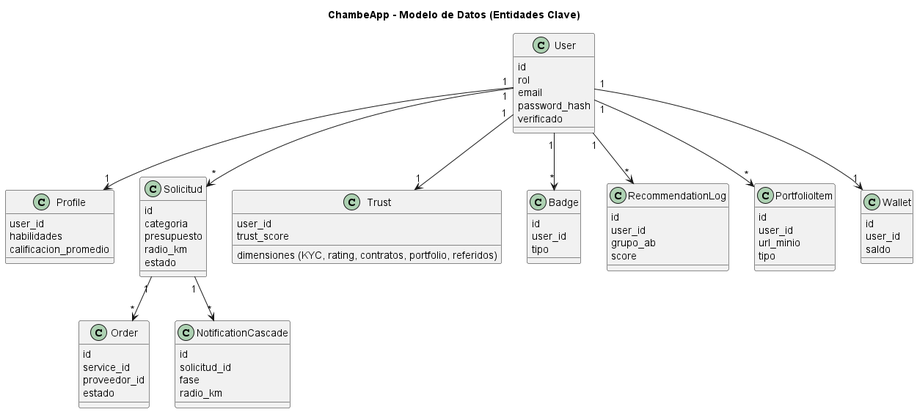
Before: Arquitectura/diagramas/png/04_modelo_datos.png, a diagram exported from PlantUML (jpalacioing98/Chambeapp_Doc). The source it was exported from:
```plantuml
@startuml
title ChambeApp - Modelo de Datos (Entidades Clave)
skinparam classAttributeIconSize 0

class User {
  id
  rol
  email
  password_hash
  verificado
}
class Profile {
  user_id
  habilidades
  calificacion_promedio
}
class Solicitud {
  id
  categoria
  presupuesto
  radio_km
  estado
}
class Order {
  id
  service_id
  proveedor_id
  estado
}
class Trust {
  user_id
  trust_score
  dimensiones (KYC, rating, contratos, portfolio, referidos)
}
class Badge {
  id
  user_id
  tipo
}
class NotificationCascade {
  id
  solicitud_id
  fase
  radio_km
}
class RecommendationLog {
  id
  user_id
  grupo_ab
  score
}
class PortfolioItem {
  id
  user_id
  url_minio
  tipo
}
class Wallet {
  id
  user_id
  saldo
}

User "1" --> "1" Profile
User "1" --> "*" Solicitud
User "1" --> "1" Trust
User "1" --> "*" Badge
User "1" --> "1" Wallet
User "1" --> "*" PortfolioItem
Solicitud "1" --> "*" NotificationCascade
Solicitud "1" --> "*" Order
User "1" --> "*" RecommendationLog
@enduml
```
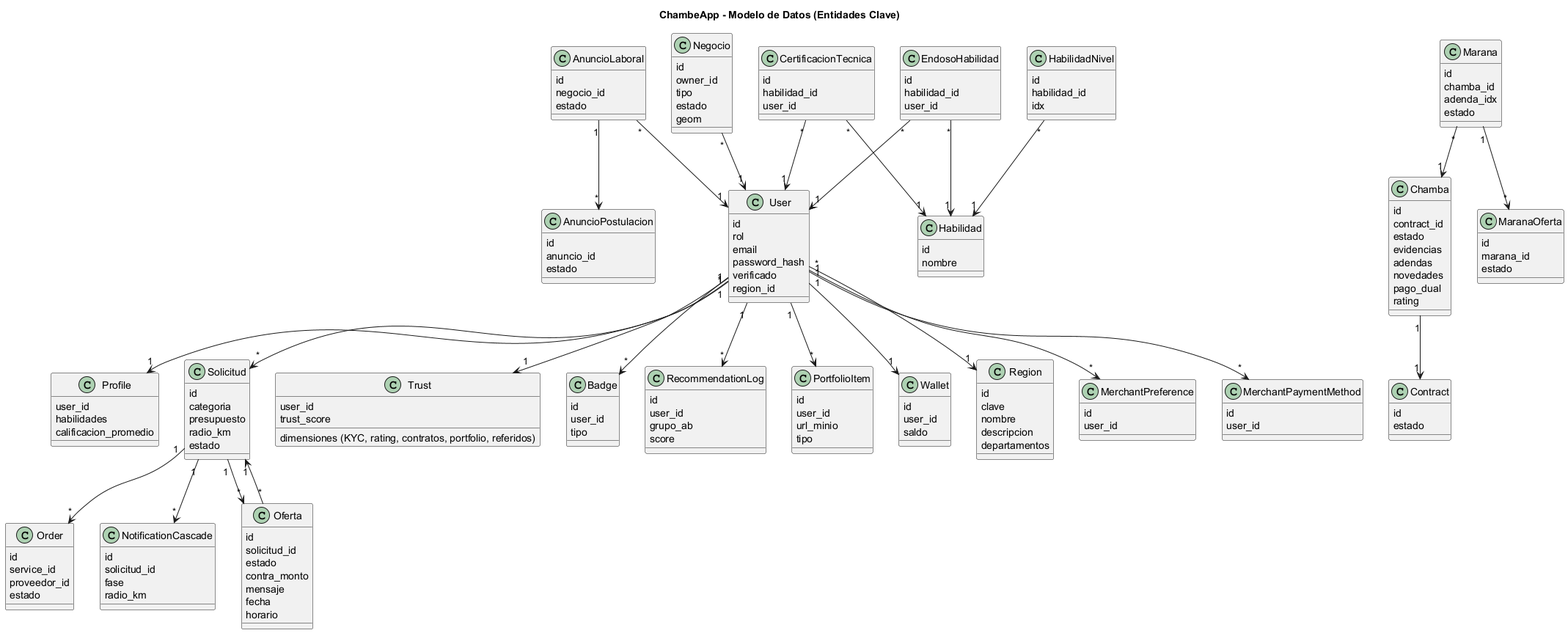
The same diagram one commit later.

The edit, as a diff of the source:
```diff
@@ -8,6 +8,7 @@
   email
   password_hash
   verificado
+  region_id
 }
 class Profile {
   user_id
@@ -60,6 +61,91 @@
   user_id
   saldo
 }
+class Region {
+  id
+  clave
+  nombre
+  descripcion
+  departamentos
+}
+class Contract {
+  id
+  estado
+}
+class Chamba {
+  id
+  contract_id
+  estado
+  evidencias
+  adendas
+  novedades
+  pago_dual
+  rating
+}
+class Marana {
+  id
+  chamba_id
+  adenda_idx
+  estado
+}
+class MaranaOferta {
+  id
+  marana_id
+  estado
+}
+class Oferta {
+  id
+  solicitud_id
+  estado
+  contra_monto
+  mensaje
+  fecha
+  horario
+}
+class AnuncioLaboral {
+  id
+  negocio_id
+  estado
+}
+class AnuncioPostulacion {
+  id
+  anuncio_id
+  estado
+}
+class Negocio {
+  id
+  owner_id
+  tipo
+  estado
+  geom
+}
+class MerchantPreference {
+  id
+  user_id
+}
+class MerchantPaymentMethod {
+  id
+  user_id
+}
+class Habilidad {
+  id
+  nombre
+}
+class HabilidadNivel {
+  id
+  habilidad_id
+  idx
+}
+class EndosoHabilidad {
+  id
+  habilidad_id
+  user_id
+}
+class CertificacionTecnica {
+  id
+  habilidad_id
+  user_id
+}
 
 User "1" --> "1" Profile
 User "1" --> "*" Solicitud
@@ -67,7 +153,23 @@
 User "1" --> "*" Badge
 User "1" --> "1" Wallet
 User "1" --> "*" PortfolioItem
+User "*" --> "1" Region
 Solicitud "1" --> "*" NotificationCascade
 Solicitud "1" --> "*" Order
+Solicitud "1" --> "*" Oferta
 User "1" --> "*" RecommendationLog
+Chamba "1" --> "1" Contract
+Marana "*" --> "1" Chamba
+Marana "1" --> "*" MaranaOferta
+Oferta "*" --> "1" Solicitud
+AnuncioLaboral "*" --> "1" User
+AnuncioLaboral "1" --> "*" AnuncioPostulacion
+Negocio "*" --> "1" User
+User "1" --> "*" MerchantPreference
+User "1" --> "*" MerchantPaymentMethod
+HabilidadNivel "*" --> "1" Habilidad
+EndosoHabilidad "*" --> "1" Habilidad
+EndosoHabilidad "*" --> "1" User
+CertificacionTecnica "*" --> "1" Habilidad
+CertificacionTecnica "*" --> "1" User
 @enduml
```
